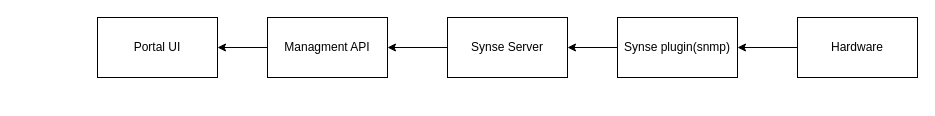
Above: page "Page-1" (1 of 2) of power-rep.drawio in dsm100/test (draw.io), before the change. Source tidied: cells renumbered, new cells numbered last; positions are measured from the earlier drawing's top-left corner, leaving out a move shared by most shapes. Both pictures are drawn from the tidied source at 100%, with x=0, y=0 at pixel (97, 17).
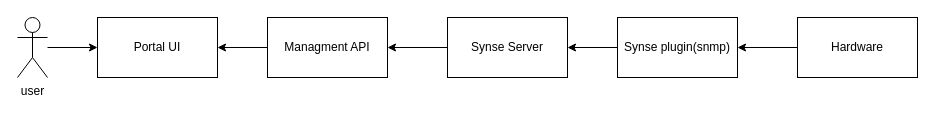
The same diagram, later.

What changed in the source:
```diff
@@
 <mxGraphModel>
   <root>
     <mxCell id="0" />
     <mxCell id="1" parent="0" />
     <mxCell id="2" value="Portal UI" style="rounded=0;whiteSpace=wrap;html=1;" parent="1" vertex="1">
       <mxGeometry width="120" height="60" as="geometry" />
     </mxCell>
     <mxCell id="3" style="edgeStyle=orthogonalEdgeStyle;rounded=0;jettySize=auto;html=1;" parent="1" edge="1" source="4" target="2">
       <mxGeometry relative="1" as="geometry" />
     </mxCell>
     <mxCell id="4" value="Managment API" style="rounded=0;whiteSpace=wrap;html=1;" parent="1" vertex="1">
       <mxGeometry x="170" width="120" height="60" as="geometry" />
     </mxCell>
     <mxCell id="5" style="edgeStyle=orthogonalEdgeStyle;rounded=0;jettySize=auto;html=1;" parent="1" edge="1" source="6" target="4">
       <mxGeometry relative="1" as="geometry" />
     </mxCell>
     <mxCell id="6" value="Synse Server" style="rounded=0;whiteSpace=wrap;html=1;" parent="1" vertex="1">
       <mxGeometry x="350" width="120" height="60" as="geometry" />
     </mxCell>
     <mxCell id="7" style="edgeStyle=orthogonalEdgeStyle;rounded=0;jettySize=auto;html=1;" parent="1" edge="1" source="8" target="6">
       <mxGeometry relative="1" as="geometry" />
     </mxCell>
     <mxCell id="8" value="Synse plugin(snmp)" style="rounded=0;whiteSpace=wrap;html=1;" parent="1" vertex="1">
       <mxGeometry x="520" width="120" height="60" as="geometry" />
     </mxCell>
     <mxCell id="9" style="edgeStyle=orthogonalEdgeStyle;rounded=0;jettySize=auto;html=1;" parent="1" edge="1" source="10" target="8">
       <mxGeometry relative="1" as="geometry" />
     </mxCell>
     <mxCell id="10" value="Hardware" style="rounded=0;whiteSpace=wrap;html=1;" parent="1" vertex="1">
       <mxGeometry x="700" width="120" height="60" as="geometry" />
     </mxCell>
+    <mxCell id="11" style="edgeStyle=orthogonalEdgeStyle;rounded=0;jettySize=auto;html=1;" parent="1" edge="1" source="12" target="2">
+      <mxGeometry relative="1" as="geometry" />
+    </mxCell>
+    <mxCell id="12" value="user" style="shape=umlActor;verticalLabelPosition=bottom;verticalAlign=top;html=1;outlineConnect=0;" parent="1" vertex="1">
+      <mxGeometry x="-80" width="30" height="60" as="geometry" />
+    </mxCell>
   </root>
 </mxGraphModel>
```
